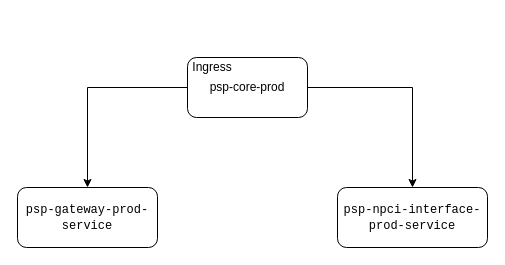
This is mobikwik/alerts/5xx-Ingress-count-nsdl-alert.drawio from RohitGH29/drawio, a draw.io file, before an edit. Source tidied: cells renumbered, new cells numbered last; positions are measured from the earlier drawing's top-left corner, leaving out a move shared by most shapes. Both pictures are drawn from the tidied source at 100%, with x=0, y=0 at pixel (17, 57).
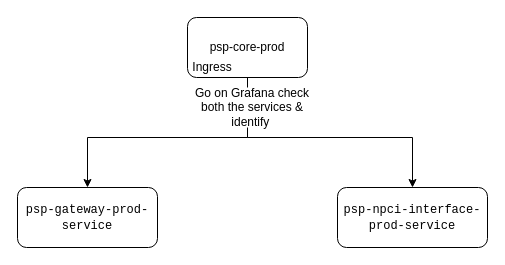
The same diagram, later.

Change to the diagram source:
```diff
@@
 <mxGraphModel>
   <root>
     <mxCell id="0" />
     <mxCell id="1" parent="0" />
     <mxCell id="2" style="edgeStyle=orthogonalEdgeStyle;rounded=0;jettySize=auto;html=1;entryX=0.5;entryY=0;entryDx=0;entryDy=0;" parent="1" edge="1" source="4" target="6">
-      <mxGeometry relative="1" as="geometry" />
+      <mxGeometry relative="1" as="geometry">
+        <Array as="points">
+          <mxPoint x="230" y="80" />
+          <mxPoint x="70" y="80" />
+        </Array>
+      </mxGeometry>
     </mxCell>
-    <mxCell id="3" style="edgeStyle=orthogonalEdgeStyle;rounded=0;jettySize=auto;html=1;" parent="1" edge="1" source="4" target="7">
-      <mxGeometry relative="1" as="geometry" />
+    <mxCell id="3" style="edgeStyle=orthogonalEdgeStyle;rounded=0;jettySize=auto;html=1;" parent="1" edge="1" source="9" target="7">
+      <mxGeometry relative="1" as="geometry">
+        <Array as="points">
+          <mxPoint x="230" y="80" />
+          <mxPoint x="395" y="80" />
+        </Array>
+      </mxGeometry>
     </mxCell>
     <mxCell id="4" value="psp-core-prod" style="rounded=1;whiteSpace=wrap;html=1;" parent="1" vertex="1">
-      <mxGeometry x="170" width="120" height="60" as="geometry" />
+      <mxGeometry x="170" y="-40" width="120" height="60" as="geometry" />
     </mxCell>
     <mxCell id="5" value="Ingress" style="text;html=1;whiteSpace=wrap;strokeColor=none;fillColor=none;align=center;verticalAlign=middle;rounded=0;" parent="1" vertex="1">
       <mxGeometry x="170" width="50" height="20" as="geometry" />
     </mxCell>
     <mxCell id="6" value="&lt;code&gt;psp-gateway-prod-service&lt;/code&gt;" style="rounded=1;whiteSpace=wrap;html=1;" parent="1" vertex="1">
       <mxGeometry y="130" width="140" height="60" as="geometry" />
     </mxCell>
     <mxCell id="7" value="&lt;code&gt;psp-npci-interface-prod-service&lt;/code&gt;" style="rounded=1;whiteSpace=wrap;html=1;" parent="1" vertex="1">
       <mxGeometry x="320" y="130" width="150" height="60" as="geometry" />
     </mxCell>
+    <mxCell id="8" style="edgeStyle=orthogonalEdgeStyle;rounded=0;jettySize=auto;html=1;" parent="1" edge="1" source="4" target="9">
+      <mxGeometry relative="1" as="geometry" />
+    </mxCell>
+    <mxCell id="9" value="Go on Grafana check both the services &amp;amp; identify&amp;nbsp;" style="text;html=1;whiteSpace=wrap;strokeColor=none;fillColor=default;align=center;verticalAlign=middle;rounded=0;" parent="1" vertex="1">
+      <mxGeometry x="165" y="30" width="140" height="40" as="geometry" />
+    </mxCell>
   </root>
 </mxGraphModel>
```
